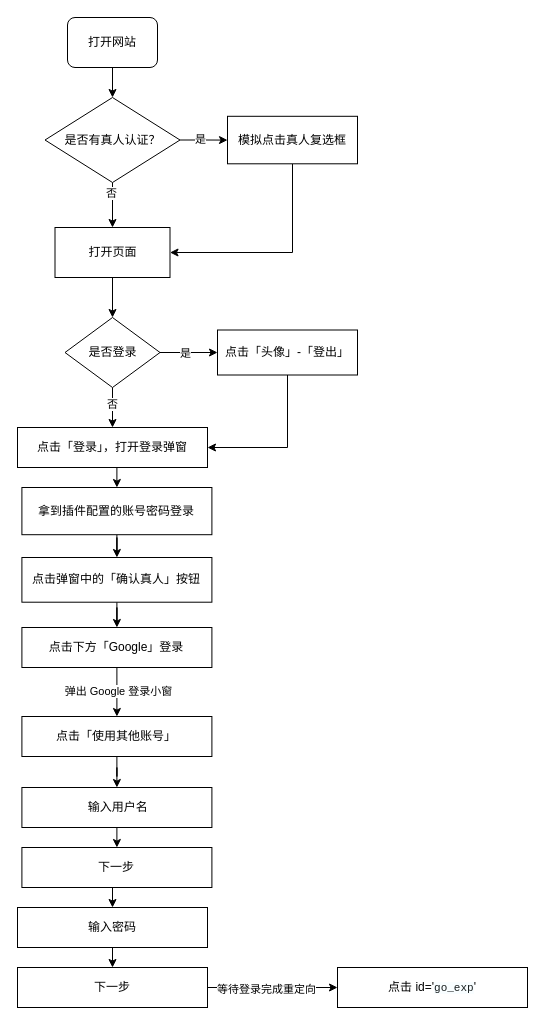
Above: 自动操作插件需求分析.drawio in via008/Note (draw.io), before the change. Source tidied: cells renumbered, new cells numbered last; positions are measured from the earlier drawing's top-left corner, leaving out a move shared by most shapes. Both pictures are drawn from the tidied source at 100%, with x=0, y=0 at pixel (17, 17).
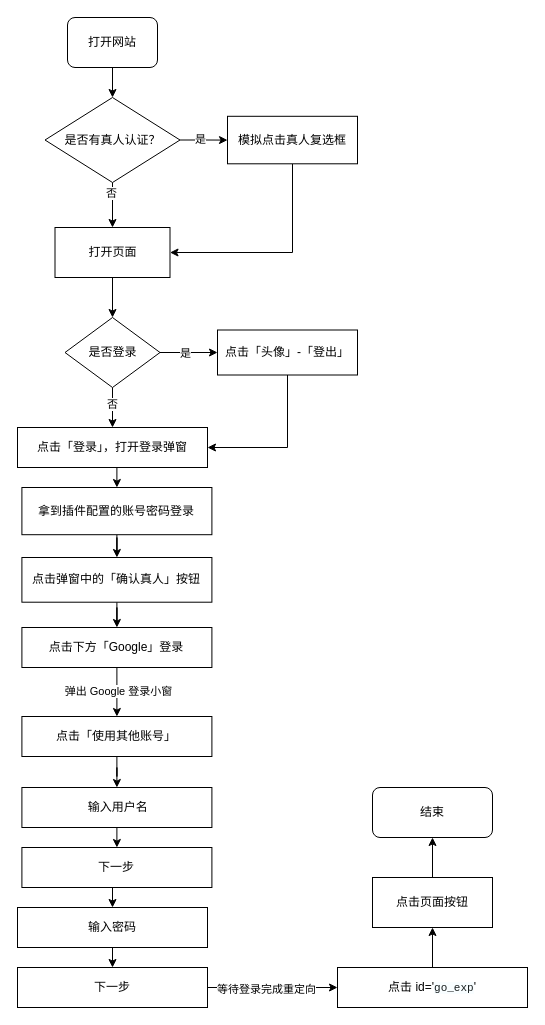
After the change.

Commit message (it also covers changes not shown here):
更新自动操作插件需求分析.drawio

Unchanged cells that the change refers to:
```xml
<mxCell id="40" value="点击 id='&lt;span style=&quot;color: rgb(23, 29, 30); font-family: monospace; font-size: 11px; text-align: left; white-space-collapse: preserve; background-color: rgb(248, 253, 255);&quot;&gt;go_exp&lt;/span&gt;'" style="whiteSpace=wrap;html=1;rounded=0;" parent="1" vertex="1">
  <mxGeometry x="320" y="950" width="190" height="40" as="geometry" />
</mxCell>
```

Diff of the diagram source:
```diff
@@
+    <mxCell id="41" style="edgeStyle=orthogonalEdgeStyle;rounded=0;jettySize=auto;html=1;" parent="1" edge="1" source="40" target="43">
+      <mxGeometry relative="1" as="geometry" />
+    </mxCell>
@@
+    <mxCell id="42" style="edgeStyle=orthogonalEdgeStyle;rounded=0;jettySize=auto;html=1;exitX=0.5;exitY=0;exitDx=0;exitDy=0;" parent="1" edge="1" source="43" target="44">
+      <mxGeometry relative="1" as="geometry" />
+    </mxCell>
+    <mxCell id="43" value="点击页面按钮" style="whiteSpace=wrap;html=1;rounded=0;" parent="1" vertex="1">
+      <mxGeometry x="355" y="860" width="120" height="50" as="geometry" />
+    </mxCell>
+    <mxCell id="44" value="结束" style="rounded=1;whiteSpace=wrap;html=1;" parent="1" vertex="1">
+      <mxGeometry x="355" y="770" width="120" height="50" as="geometry" />
+    </mxCell>
```
